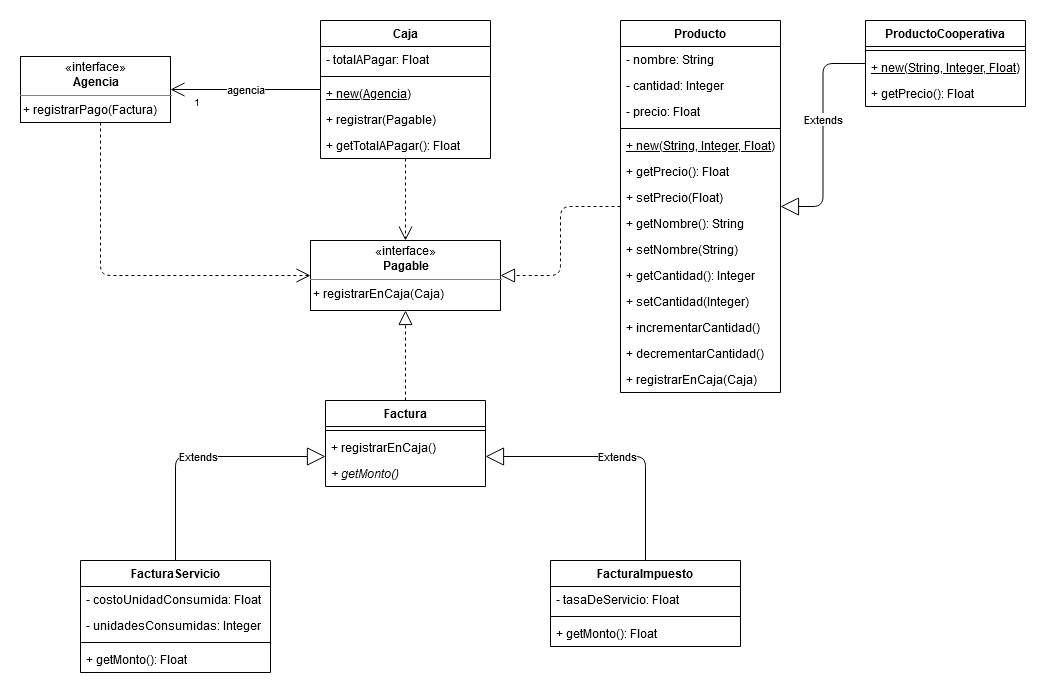
The draw.io diagram diagrams/po2-tp4-01-caja-mercado-02-v2.png in pablospizzamiglio/unq-po2, before a commit. Source tidied: cells renumbered, new cells last; positions are measured from the earlier drawing's top-left corner, leaving out a move shared by most shapes.
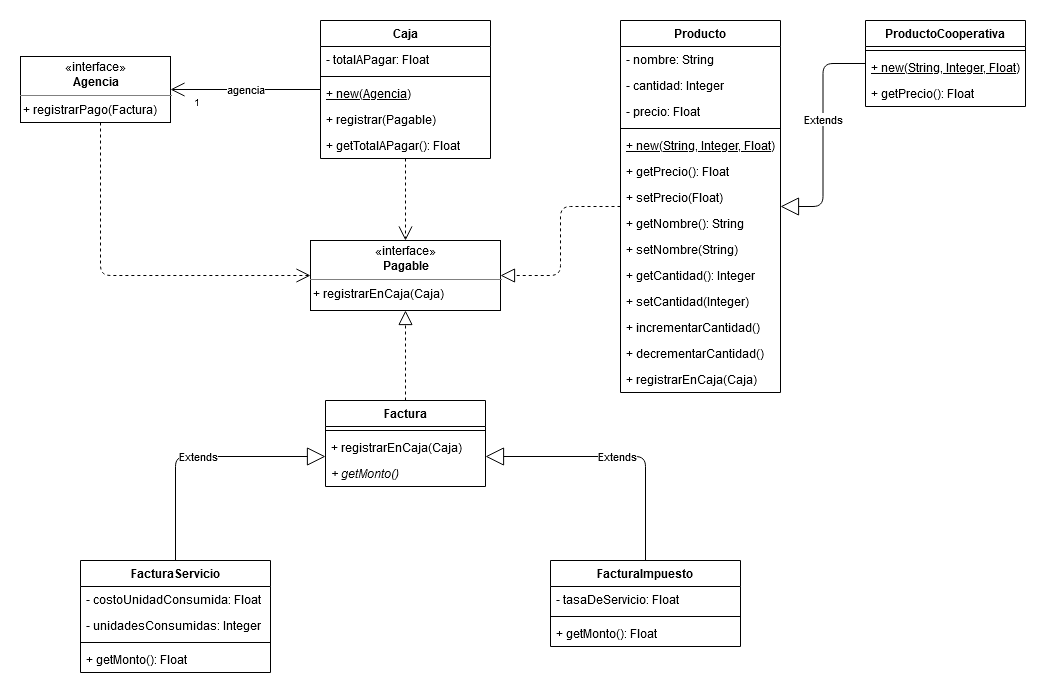
After the commit.

Commit message:
Add missing argument in diagram

What changed in the source:
```diff
@@ -117,7 +117,7 @@
     <mxCell id="36" style="line;strokeWidth=1;fillColor=none;align=left;verticalAlign=middle;spacingTop=-1;spacingLeft=3;spacingRight=3;labelPosition=right;" parent="35" vertex="1">
       <mxGeometry y="26" width="160" height="8" as="geometry" />
     </mxCell>
-    <mxCell id="37" value="+ registrarEnCaja()" style="text;strokeColor=none;fillColor=none;align=left;verticalAlign=top;spacingLeft=4;spacingRight=4;overflow=hidden;fontStyle=0;" parent="35" vertex="1">
+    <mxCell id="37" value="+ registrarEnCaja(Caja)" style="text;strokeColor=none;fillColor=none;align=left;verticalAlign=top;spacingLeft=4;spacingRight=4;overflow=hidden;fontStyle=0;" parent="35" vertex="1">
       <mxGeometry y="34" width="160" height="26" as="geometry" />
     </mxCell>
     <mxCell id="38" value="+ getMonto()" style="text;strokeColor=none;fillColor=none;align=left;verticalAlign=top;spacingLeft=4;spacingRight=4;overflow=hidden;fontStyle=2;" parent="35" vertex="1">
```
